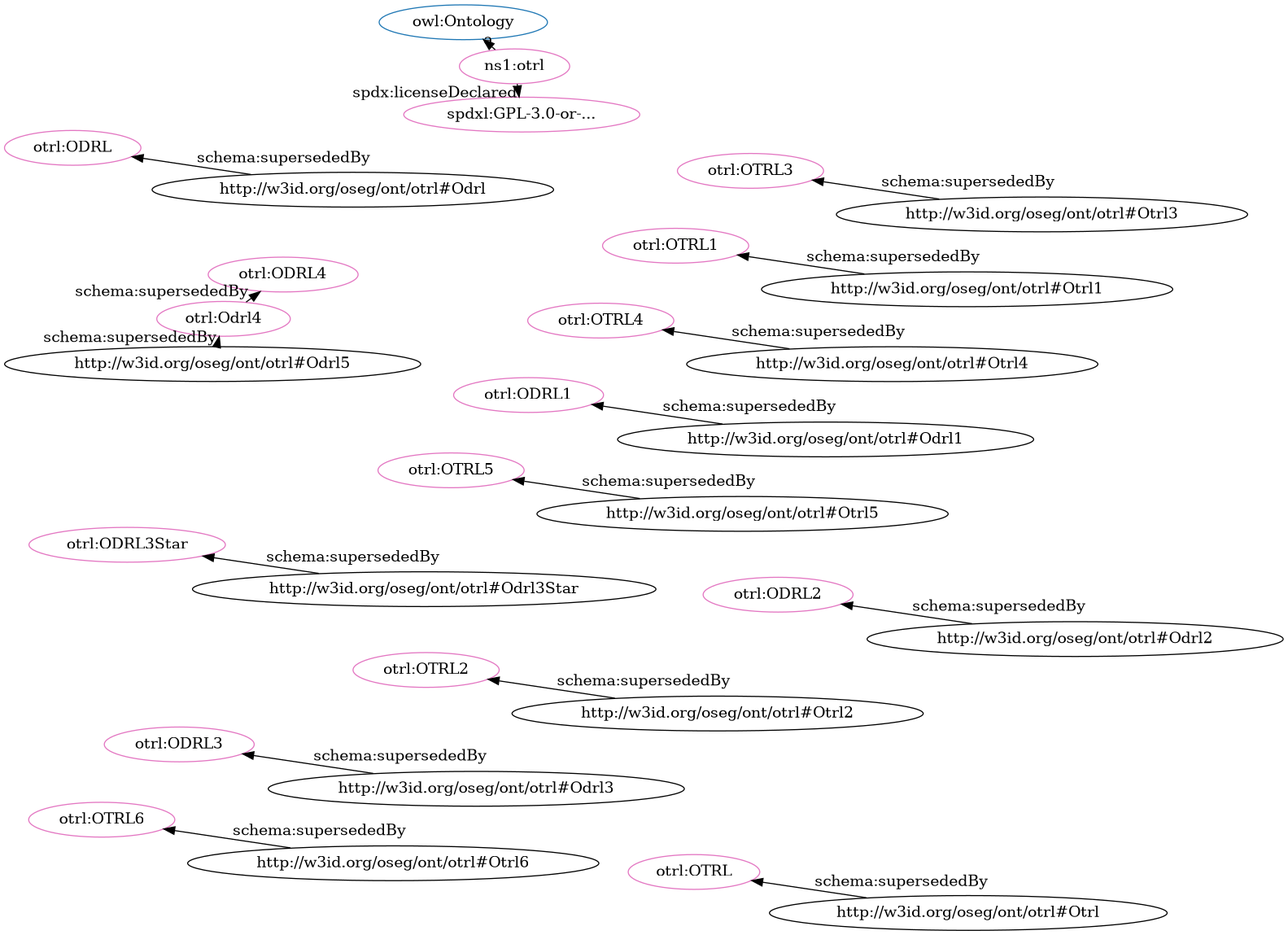
iop-alliance/OpenKnowHow keeps this Graphviz diagram as src/spec/fdp_otrl_deprecated.png. Above is the earlier version. Its source is kept beside it as src/spec/fdp_otrl_deprecated.dot.
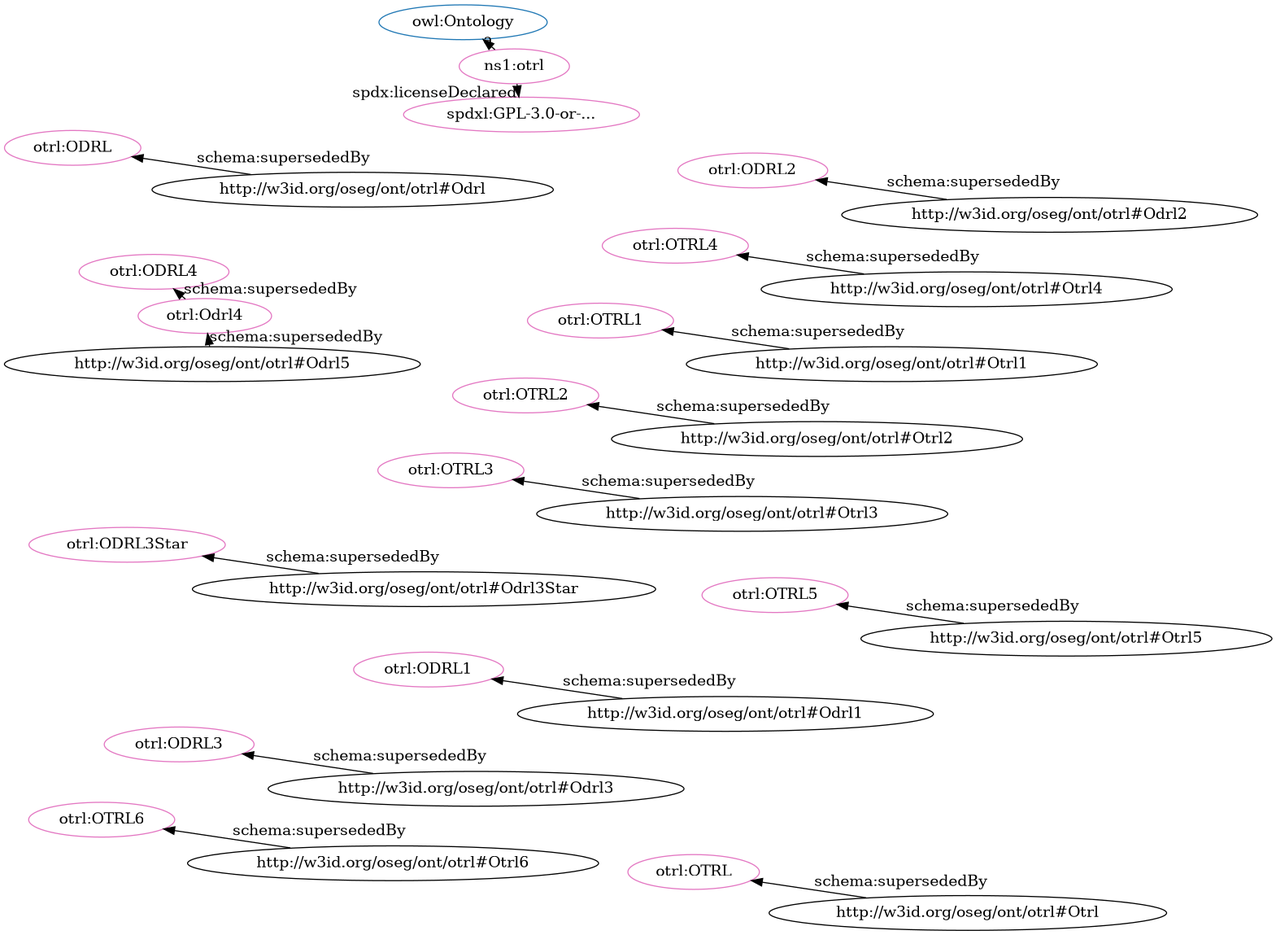
The same file after the commit.

The edit, as a diff of the source:
```diff
@@ -2,36 +2,36 @@
   rankdir=BT
   node[height=.3]
 "http://www.w3.org/2002/07/owl#Ontology" [fillcolor="#1f77b4" color="#1f77b4" label="owl:Ontology"]
+"http://w3id.org/oseg/ont/otrl#OTRL3" [fillcolor="#e377c2" color="#e377c2" label="otrl:OTRL3"]
+"http://w3id.org/oseg/ont/otrl#OTRL2" [fillcolor="#e377c2" color="#e377c2" label="otrl:OTRL2"]
+"http://w3id.org/oseg/ont/otrl#ODRL1" [fillcolor="#e377c2" color="#e377c2" label="otrl:ODRL1"]
+"http://w3id.org/oseg/ont/otrl" [fillcolor="#e377c2" color="#e377c2" label="ns1:otrl"]
+"http://w3id.org/oseg/ont/otrl#OTRL1" [fillcolor="#e377c2" color="#e377c2" label="otrl:OTRL1"]
+"http://w3id.org/oseg/ont/otrl#ODRL4" [fillcolor="#e377c2" color="#e377c2" label="otrl:ODRL4"]
+"http://w3id.org/oseg/ont/otrl#OTRL4" [fillcolor="#e377c2" color="#e377c2" label="otrl:OTRL4"]
+"http://w3id.org/oseg/ont/otrl#ODRL" [fillcolor="#e377c2" color="#e377c2" label="otrl:ODRL"]
+"http://w3id.org/oseg/ont/otrl#ODRL3" [fillcolor="#e377c2" color="#e377c2" label="otrl:ODRL3"]
+"http://w3id.org/oseg/ont/otrl#ODRL2" [fillcolor="#e377c2" color="#e377c2" label="otrl:ODRL2"]
+"http://w3id.org/oseg/ont/otrl#ODRL3Star" [fillcolor="#e377c2" color="#e377c2" label="otrl:ODRL3Star"]
+"http://w3id.org/oseg/ont/otrl#OTRL" [fillcolor="#e377c2" color="#e377c2" label="otrl:OTRL"]
+"http://w3id.org/oseg/ont/otrl#OTRL6" [fillcolor="#e377c2" color="#e377c2" label="otrl:OTRL6"]
+"http://spdx.org/licenses/GPL-3.0-or-later" [fillcolor="#e377c2" color="#e377c2" label="spdxl:GPL-3.0-or-..."]
 "http://w3id.org/oseg/ont/otrl#OTRL5" [fillcolor="#e377c2" color="#e377c2" label="otrl:OTRL5"]
-"http://w3id.org/oseg/ont/otrl" [fillcolor="#e377c2" color="#e377c2" label="ns1:otrl"]
-"http://w3id.org/oseg/ont/otrl#ODRL1" [fillcolor="#e377c2" color="#e377c2" label="otrl:ODRL1"]
 "http://w3id.org/oseg/ont/otrl#Odrl4" [fillcolor="#e377c2" color="#e377c2" label="otrl:Odrl4"]
-"http://w3id.org/oseg/ont/otrl#OTRL2" [fillcolor="#e377c2" color="#e377c2" label="otrl:OTRL2"]
-"http://spdx.org/licenses/GPL-3.0-or-later" [fillcolor="#e377c2" color="#e377c2" label="spdxl:GPL-3.0-or-..."]
-"http://w3id.org/oseg/ont/otrl#OTRL4" [fillcolor="#e377c2" color="#e377c2" label="otrl:OTRL4"]
-"http://w3id.org/oseg/ont/otrl#OTRL1" [fillcolor="#e377c2" color="#e377c2" label="otrl:OTRL1"]
-"http://w3id.org/oseg/ont/otrl#ODRL3Star" [fillcolor="#e377c2" color="#e377c2" label="otrl:ODRL3Star"]
-"http://w3id.org/oseg/ont/otrl#ODRL3" [fillcolor="#e377c2" color="#e377c2" label="otrl:ODRL3"]
-"http://w3id.org/oseg/ont/otrl#ODRL4" [fillcolor="#e377c2" color="#e377c2" label="otrl:ODRL4"]
-"http://w3id.org/oseg/ont/otrl#OTRL3" [fillcolor="#e377c2" color="#e377c2" label="otrl:OTRL3"]
-"http://w3id.org/oseg/ont/otrl#OTRL6" [fillcolor="#e377c2" color="#e377c2" label="otrl:OTRL6"]
-"http://w3id.org/oseg/ont/otrl#OTRL" [fillcolor="#e377c2" color="#e377c2" label="otrl:OTRL"]
-"http://w3id.org/oseg/ont/otrl#ODRL" [fillcolor="#e377c2" color="#e377c2" label="otrl:ODRL"]
-"http://w3id.org/oseg/ont/otrl#ODRL2" [fillcolor="#e377c2" color="#e377c2" label="otrl:ODRL2"]
+  "http://w3id.org/oseg/ont/otrl#Otrl3" -> "http://w3id.org/oseg/ont/otrl#OTRL3" [label="schema:supersededBy"]
+  "http://w3id.org/oseg/ont/otrl#Otrl2" -> "http://w3id.org/oseg/ont/otrl#OTRL2" [label="schema:supersededBy"]
+  "http://w3id.org/oseg/ont/otrl#Odrl1" -> "http://w3id.org/oseg/ont/otrl#ODRL1" [label="schema:supersededBy"]
+  "http://w3id.org/oseg/ont/otrl" -> "http://www.w3.org/2002/07/owl#Ontology" [label="a"]
+  "http://w3id.org/oseg/ont/otrl#Otrl1" -> "http://w3id.org/oseg/ont/otrl#OTRL1" [label="schema:supersededBy"]
+  "http://w3id.org/oseg/ont/otrl#Odrl4" -> "http://w3id.org/oseg/ont/otrl#ODRL4" [label="schema:supersededBy"]
+  "http://w3id.org/oseg/ont/otrl#Odrl" -> "http://w3id.org/oseg/ont/otrl#ODRL" [label="schema:supersededBy"]
+  "http://w3id.org/oseg/ont/otrl#Odrl3" -> "http://w3id.org/oseg/ont/otrl#ODRL3" [label="schema:supersededBy"]
   "http://w3id.org/oseg/ont/otrl#Odrl2" -> "http://w3id.org/oseg/ont/otrl#ODRL2" [label="schema:supersededBy"]
+  "http://w3id.org/oseg/ont/otrl#Odrl3Star" -> "http://w3id.org/oseg/ont/otrl#ODRL3Star" [label="schema:supersededBy"]
+  "http://w3id.org/oseg/ont/otrl#Otrl" -> "http://w3id.org/oseg/ont/otrl#OTRL" [label="schema:supersededBy"]
+  "http://w3id.org/oseg/ont/otrl#Otrl6" -> "http://w3id.org/oseg/ont/otrl#OTRL6" [label="schema:supersededBy"]
+  "http://w3id.org/oseg/ont/otrl" -> "http://spdx.org/licenses/GPL-3.0-or-later" [label="spdx:licenseDeclared"]
   "http://w3id.org/oseg/ont/otrl#Otrl5" -> "http://w3id.org/oseg/ont/otrl#OTRL5" [label="schema:supersededBy"]
-  "http://w3id.org/oseg/ont/otrl" -> "http://www.w3.org/2002/07/owl#Ontology" [label="a"]
-  "http://w3id.org/oseg/ont/otrl#Odrl1" -> "http://w3id.org/oseg/ont/otrl#ODRL1" [label="schema:supersededBy"]
   "http://w3id.org/oseg/ont/otrl#Odrl5" -> "http://w3id.org/oseg/ont/otrl#Odrl4" [label="schema:supersededBy"]
-  "http://w3id.org/oseg/ont/otrl" -> "http://spdx.org/licenses/GPL-3.0-or-later" [label="spdx:licenseDeclared"]
   "http://w3id.org/oseg/ont/otrl#Otrl4" -> "http://w3id.org/oseg/ont/otrl#OTRL4" [label="schema:supersededBy"]
-  "http://w3id.org/oseg/ont/otrl#Otrl1" -> "http://w3id.org/oseg/ont/otrl#OTRL1" [label="schema:supersededBy"]
-  "http://w3id.org/oseg/ont/otrl#Odrl" -> "http://w3id.org/oseg/ont/otrl#ODRL" [label="schema:supersededBy"]
-  "http://w3id.org/oseg/ont/otrl#Odrl3Star" -> "http://w3id.org/oseg/ont/otrl#ODRL3Star" [label="schema:supersededBy"]
-  "http://w3id.org/oseg/ont/otrl#Odrl3" -> "http://w3id.org/oseg/ont/otrl#ODRL3" [label="schema:supersededBy"]
-  "http://w3id.org/oseg/ont/otrl#Odrl4" -> "http://w3id.org/oseg/ont/otrl#ODRL4" [label="schema:supersededBy"]
-  "http://w3id.org/oseg/ont/otrl#Otrl3" -> "http://w3id.org/oseg/ont/otrl#OTRL3" [label="schema:supersededBy"]
-  "http://w3id.org/oseg/ont/otrl#Otrl6" -> "http://w3id.org/oseg/ont/otrl#OTRL6" [label="schema:supersededBy"]
-  "http://w3id.org/oseg/ont/otrl#Otrl" -> "http://w3id.org/oseg/ont/otrl#OTRL" [label="schema:supersededBy"]
-  "http://w3id.org/oseg/ont/otrl#Otrl2" -> "http://w3id.org/oseg/ont/otrl#OTRL2" [label="schema:supersededBy"]
 }
```
